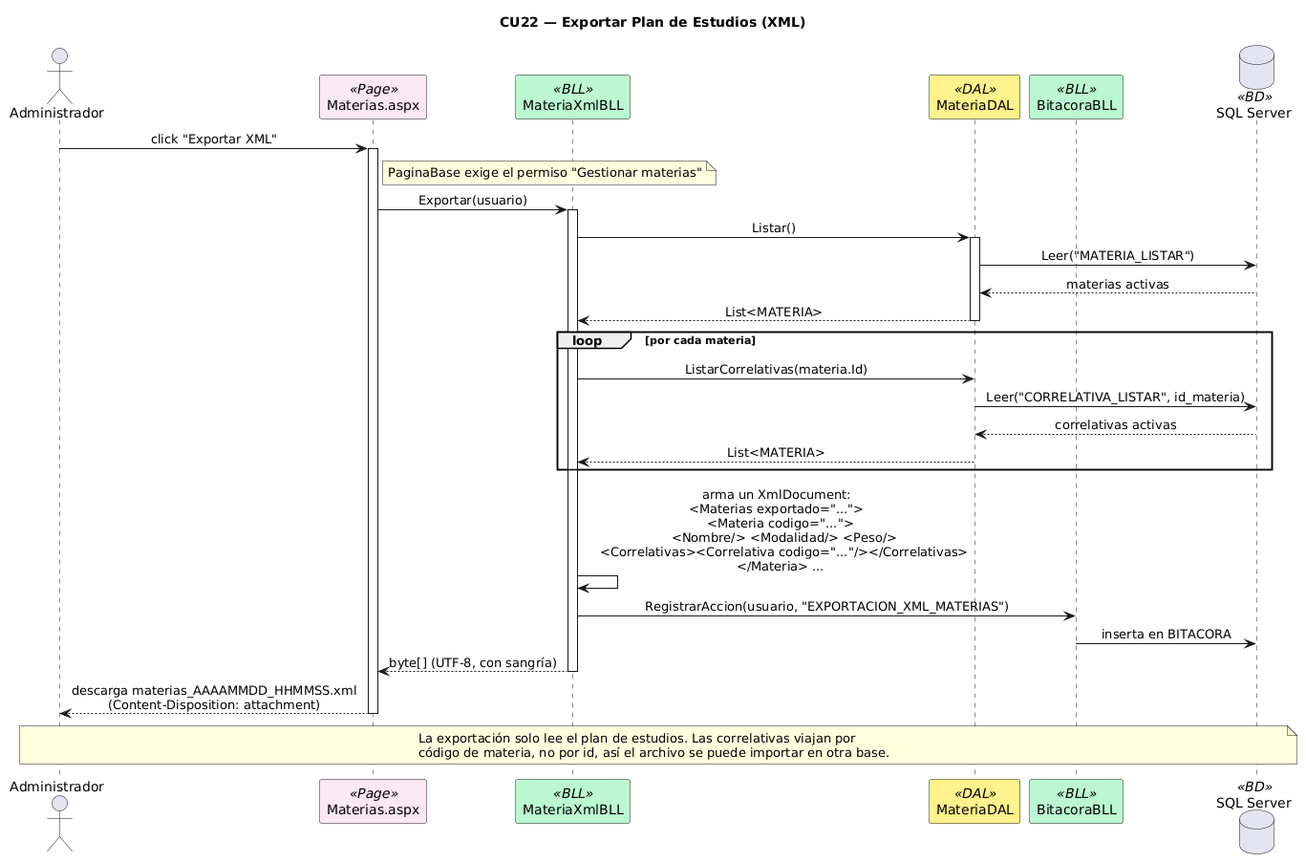
Above: DIAGRAMAS/Secuencia_CU22_ExportarPlanXml.png in Urrels/tpDYAWeb (PlantUML), before the change. Source of this version:
```plantuml
@startuml
title CU22 — Exportar Plan de Estudios (XML)
skinparam sequenceMessageAlign center
skinparam shadowing false
skinparam sequenceParticipant {
    BackgroundColor<<Page>> #FCE7F3
    BackgroundColor<<BLL>> #BBF7D0
    BackgroundColor<<DAL>> #FEF08A
    BackgroundColor<<BD>> #DBEAFE
}

actor Administrador as ADM
participant "Materias.aspx" as PAGE <<Page>>
participant "MateriaXmlBLL" as BLL <<BLL>>
participant "MateriaDAL" as DAL <<DAL>>
participant "BitacoraBLL" as BIT <<BLL>>
database "SQL Server" as DB <<BD>>

ADM -> PAGE : click "Exportar XML"
activate PAGE
note right of PAGE : PaginaBase exige el permiso "Gestionar materias"
PAGE -> BLL : Exportar(usuario)
activate BLL
BLL -> DAL : Listar()
activate DAL
DAL -> DB : Leer("MATERIA_LISTAR")
DB --> DAL : materias activas
DAL --> BLL : List<MATERIA>
deactivate DAL

loop por cada materia
  BLL -> DAL : ListarCorrelativas(materia.Id)
  DAL -> DB : Leer("CORRELATIVA_LISTAR", id_materia)
  DB --> DAL : correlativas activas
  DAL --> BLL : List<MATERIA>
end

BLL -> BLL : arma un XmlDocument:\n<Materias exportado="...">\n  <Materia codigo="...">\n    <Nombre/> <Modalidad/> <Peso/>\n    <Correlativas><Correlativa codigo="..."/></Correlativas>\n  </Materia> ...
BLL -> BIT : RegistrarAccion(usuario, "EXPORTACION_XML_MATERIAS")
BIT -> DB : inserta en BITACORA
BLL --> PAGE : byte[] (UTF-8, con sangría)
deactivate BLL

PAGE --> ADM : descarga materias_AAAAMMDD_HHMMSS.xml\n(Content-Disposition: attachment)
deactivate PAGE

note over ADM, DB
  La exportación solo lee el plan de estudios. Las correlativas viajan por
  código de materia, no por id, así el archivo se puede importar en otra base.
end note
@enduml
```
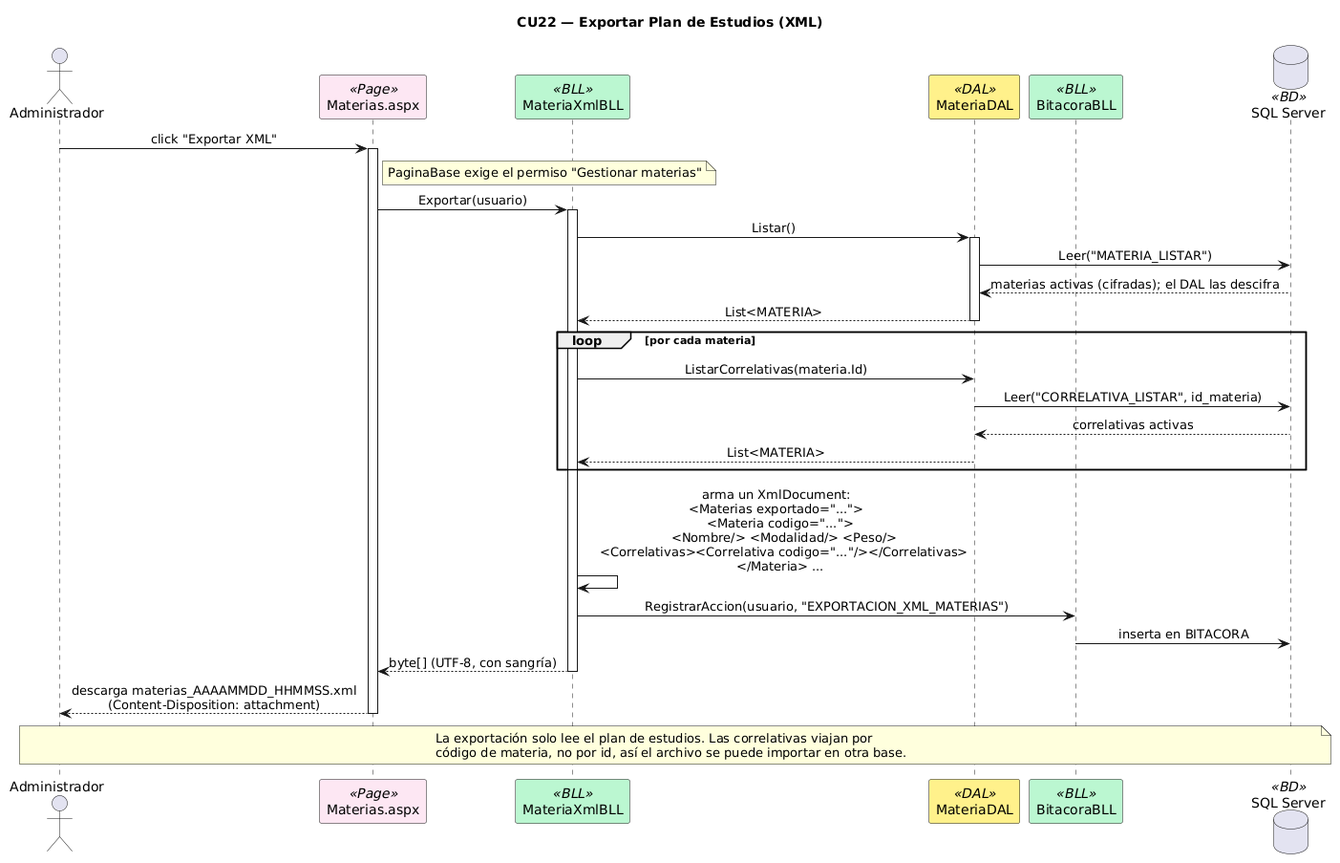
Above is the later version.

What changed in the source:
```diff
@@ -3,19 +3,17 @@
 skinparam sequenceMessageAlign center
 skinparam shadowing false
 skinparam sequenceParticipant {
-    BackgroundColor<<Page>> #FCE7F3
-    BackgroundColor<<BLL>> #BBF7D0
-    BackgroundColor<<DAL>> #FEF08A
-    BackgroundColor<<BD>> #DBEAFE
+BackgroundColor<<Page>> #FCE7F3
+BackgroundColor<<BLL>> #BBF7D0
+BackgroundColor<<DAL>> #FEF08A
+BackgroundColor<<BD>> #DBEAFE
 }
-
 actor Administrador as ADM
 participant "Materias.aspx" as PAGE <<Page>>
 participant "MateriaXmlBLL" as BLL <<BLL>>
 participant "MateriaDAL" as DAL <<DAL>>
 participant "BitacoraBLL" as BIT <<BLL>>
 database "SQL Server" as DB <<BD>>
-
 ADM -> PAGE : click "Exportar XML"
 activate PAGE
 note right of PAGE : PaginaBase exige el permiso "Gestionar materias"
@@ -24,28 +22,24 @@
 BLL -> DAL : Listar()
 activate DAL
 DAL -> DB : Leer("MATERIA_LISTAR")
-DB --> DAL : materias activas
+DB --> DAL : materias activas (cifradas); el DAL las descifra
 DAL --> BLL : List<MATERIA>
 deactivate DAL
-
 loop por cada materia
-  BLL -> DAL : ListarCorrelativas(materia.Id)
-  DAL -> DB : Leer("CORRELATIVA_LISTAR", id_materia)
-  DB --> DAL : correlativas activas
-  DAL --> BLL : List<MATERIA>
+BLL -> DAL : ListarCorrelativas(materia.Id)
+DAL -> DB : Leer("CORRELATIVA_LISTAR", id_materia)
+DB --> DAL : correlativas activas
+DAL --> BLL : List<MATERIA>
 end
-
 BLL -> BLL : arma un XmlDocument:\n<Materias exportado="...">\n  <Materia codigo="...">\n    <Nombre/> <Modalidad/> <Peso/>\n    <Correlativas><Correlativa codigo="..."/></Correlativas>\n  </Materia> ...
 BLL -> BIT : RegistrarAccion(usuario, "EXPORTACION_XML_MATERIAS")
 BIT -> DB : inserta en BITACORA
 BLL --> PAGE : byte[] (UTF-8, con sangría)
 deactivate BLL
-
 PAGE --> ADM : descarga materias_AAAAMMDD_HHMMSS.xml\n(Content-Disposition: attachment)
 deactivate PAGE
-
 note over ADM, DB
-  La exportación solo lee el plan de estudios. Las correlativas viajan por
-  código de materia, no por id, así el archivo se puede importar en otra base.
+La exportación solo lee el plan de estudios. Las correlativas viajan por
+código de materia, no por id, así el archivo se puede importar en otra base.
 end note
 @enduml
```
